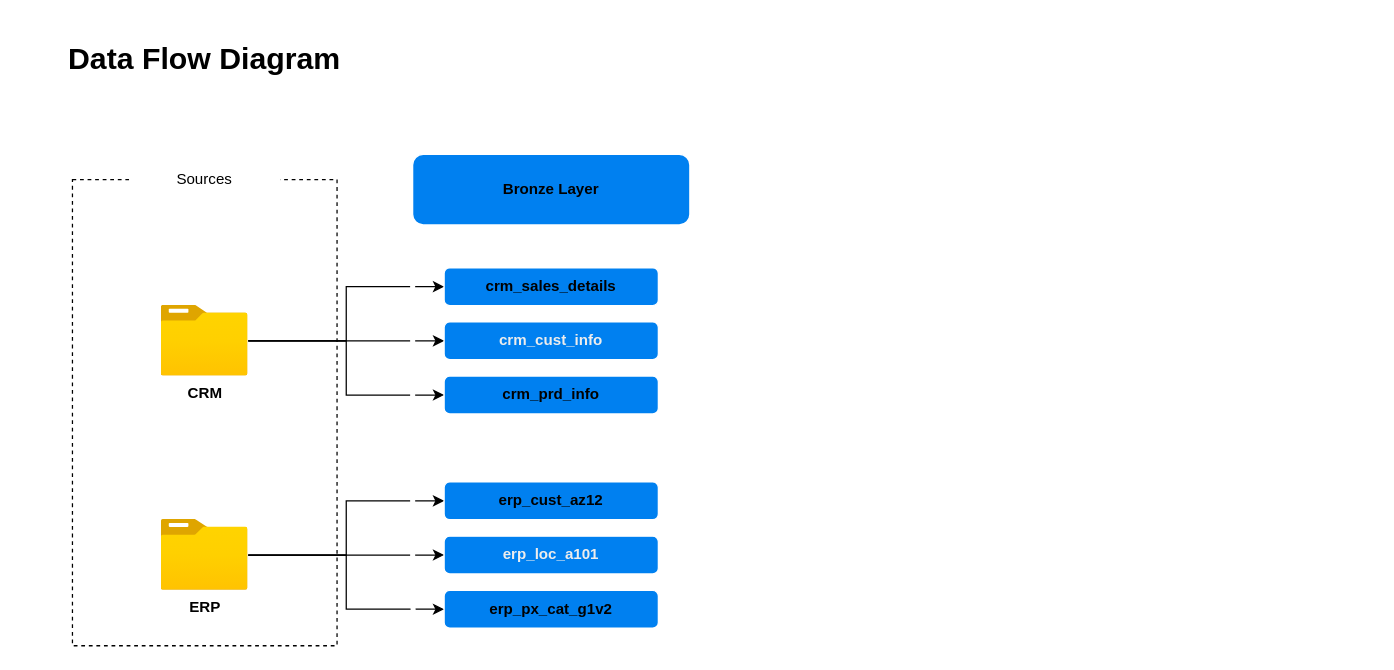
felipeft/sql-data-warehouse-project keeps this draw.io diagram as docs/dataFlowDiagram.drawio. Above is the earlier version. Source tidied: cells renumbered, new cells numbered last; positions are measured from the earlier drawing's top-left corner, leaving out a move shared by most shapes. Both pictures are drawn from the tidied source at 126%, with x=0, y=0 at pixel (21, 40).
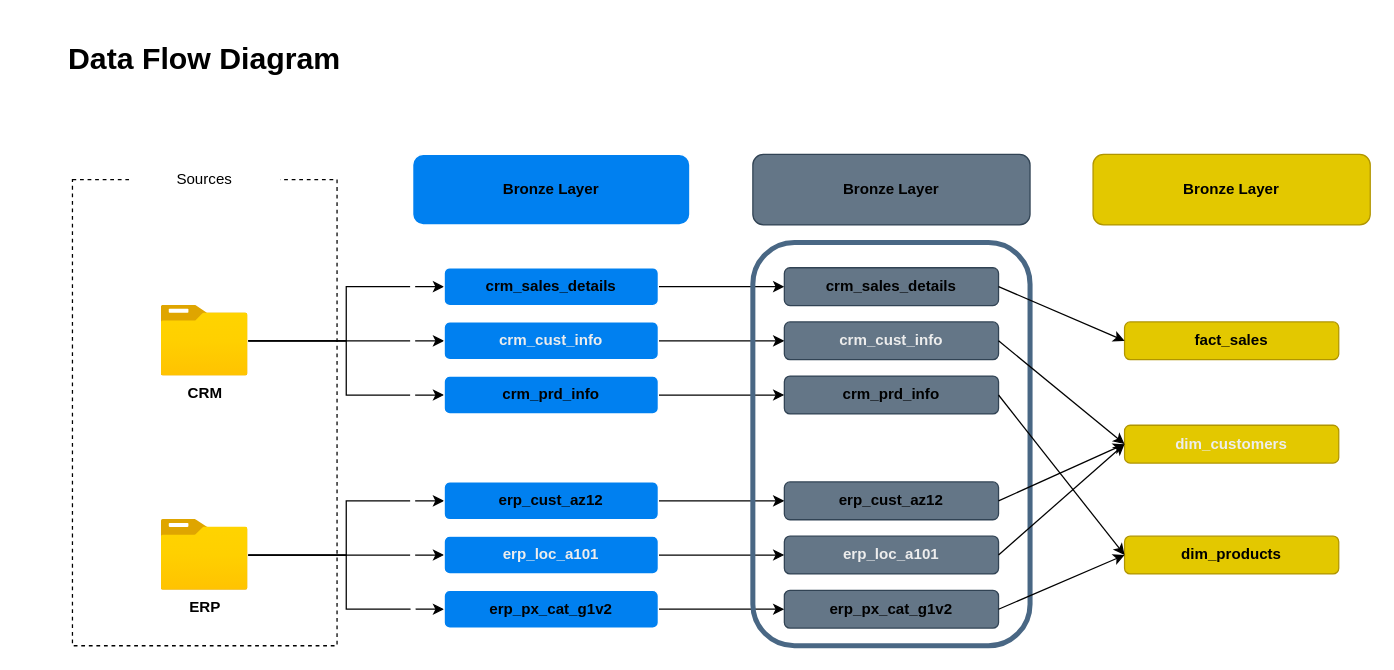
The same diagram, later.

Commit message (it also covers changes not shown here):
finish project, gold layer and docs

Unchanged cells that the change refers to:
```xml
<mxCell id="15" value="&lt;font color=&quot;#000000&quot;&gt;&lt;b&gt;crm_sales_details&lt;/b&gt;&lt;/font&gt;" style="rounded=1;whiteSpace=wrap;html=1;roundedPerimeter=1;strokeColor=light-dark(#FFFFFF,#994C00);fillColor=light-dark(#0080F0,#CC6600);" parent="1" vertex="1">
  <mxGeometry x="335" y="180" width="170" height="30" as="geometry" />
</mxCell>
<mxCell id="16" value="&lt;font&gt;&lt;b style=&quot;color: light-dark(rgb(237, 237, 237), rgb(255, 255, 255));&quot;&gt;crm_cust_info&lt;/b&gt;&lt;/font&gt;" style="rounded=1;whiteSpace=wrap;html=1;roundedPerimeter=1;strokeColor=light-dark(#FFFFFF,#994C00);fillColor=light-dark(#0080F0,#CC6600);" parent="1" vertex="1">
  <mxGeometry x="335" y="223" width="170" height="30" as="geometry" />
</mxCell>
<mxCell id="17" value="&lt;font color=&quot;#000000&quot;&gt;&lt;b&gt;crm_prd_info&lt;/b&gt;&lt;/font&gt;" style="rounded=1;whiteSpace=wrap;html=1;roundedPerimeter=1;strokeColor=light-dark(#FFFFFF,#994C00);fillColor=light-dark(#0080F0,#CC6600);" parent="1" vertex="1">
  <mxGeometry x="335" y="266" width="170" height="30" as="geometry" />
</mxCell>
<mxCell id="18" value="&lt;font color=&quot;#000000&quot;&gt;&lt;b&gt;erp_cust_az12&lt;/b&gt;&lt;/font&gt;" style="rounded=1;whiteSpace=wrap;html=1;roundedPerimeter=1;strokeColor=light-dark(#FFFFFF,#994C00);fillColor=light-dark(#0080F0,#CC6600);" parent="1" vertex="1">
  <mxGeometry x="335" y="350" width="170" height="30" as="geometry" />
</mxCell>
<mxCell id="19" value="&lt;font&gt;&lt;b style=&quot;color: light-dark(rgb(237, 237, 237), rgb(255, 255, 255));&quot;&gt;erp_loc_a101&lt;/b&gt;&lt;/font&gt;" style="rounded=1;whiteSpace=wrap;html=1;roundedPerimeter=1;strokeColor=light-dark(#FFFFFF,#994C00);fillColor=light-dark(#0080F0,#CC6600);" parent="1" vertex="1">
  <mxGeometry x="335" y="393" width="170" height="30" as="geometry" />
</mxCell>
<mxCell id="20" value="&lt;font color=&quot;#000000&quot;&gt;&lt;b&gt;erp_px_cat_g1v2&lt;/b&gt;&lt;/font&gt;" style="rounded=1;whiteSpace=wrap;html=1;roundedPerimeter=1;strokeColor=light-dark(#FFFFFF,#994C00);fillColor=light-dark(#0080F0,#CC6600);" parent="1" vertex="1">
  <mxGeometry x="335" y="436" width="170" height="30" as="geometry" />
</mxCell>
```

Diff of the diagram source:
```diff
@@
+    <mxCell id="21" style="edgeStyle=orthogonalEdgeStyle;rounded=0;jettySize=auto;html=1;" parent="1" edge="1" source="15" target="29">
+      <mxGeometry relative="1" as="geometry" />
+    </mxCell>
@@
+    <mxCell id="22" style="edgeStyle=orthogonalEdgeStyle;rounded=0;jettySize=auto;html=1;" parent="1" edge="1" source="16" target="30">
+      <mxGeometry relative="1" as="geometry" />
+    </mxCell>
@@
+    <mxCell id="23" style="edgeStyle=orthogonalEdgeStyle;rounded=0;jettySize=auto;html=1;" parent="1" edge="1" source="17" target="31">
+      <mxGeometry relative="1" as="geometry" />
+    </mxCell>
@@
+    <mxCell id="24" style="edgeStyle=orthogonalEdgeStyle;rounded=0;jettySize=auto;html=1;" parent="1" edge="1" source="18" target="32">
+      <mxGeometry relative="1" as="geometry" />
+    </mxCell>
@@
+    <mxCell id="25" style="edgeStyle=orthogonalEdgeStyle;rounded=0;jettySize=auto;html=1;entryX=0;entryY=0.5;entryDx=0;entryDy=0;" parent="1" edge="1" source="19" target="33">
+      <mxGeometry relative="1" as="geometry" />
+    </mxCell>
@@
+    <mxCell id="26" style="edgeStyle=orthogonalEdgeStyle;rounded=0;jettySize=auto;html=1;entryX=0;entryY=0.5;entryDx=0;entryDy=0;" parent="1" edge="1" source="20" target="34">
+      <mxGeometry relative="1" as="geometry" />
+    </mxCell>
@@
+    <mxCell id="27" style="rounded=1;whiteSpace=wrap;html=1;roundedPerimeter=1;strokeColor=#496784;fillColor=none;strokeWidth=4;" parent="1" vertex="1">
+      <mxGeometry x="580" y="160" width="220" height="320" as="geometry" />
+    </mxCell>
+    <mxCell id="28" value="&lt;b style=&quot;color: light-dark(rgb(0, 0, 0), rgb(0, 0, 0));&quot;&gt;Bronze Layer&lt;/b&gt;" style="rounded=1;whiteSpace=wrap;html=1;roundedPerimeter=1;strokeColor=#314354;fillColor=#647687;fontColor=#ffffff;" parent="1" vertex="1">
+      <mxGeometry x="580" y="90" width="220" height="56" as="geometry" />
+    </mxCell>
+    <mxCell id="29" value="&lt;font color=&quot;#000000&quot;&gt;&lt;b&gt;crm_sales_details&lt;/b&gt;&lt;/font&gt;" style="rounded=1;whiteSpace=wrap;html=1;roundedPerimeter=1;strokeColor=#314354;fillColor=#647687;fontColor=#ffffff;" parent="1" vertex="1">
+      <mxGeometry x="605" y="180" width="170" height="30" as="geometry" />
+    </mxCell>
+    <mxCell id="30" value="&lt;font&gt;&lt;b style=&quot;color: light-dark(rgb(237, 237, 237), rgb(255, 255, 255));&quot;&gt;crm_cust_info&lt;/b&gt;&lt;/font&gt;" style="rounded=1;whiteSpace=wrap;html=1;roundedPerimeter=1;strokeColor=#314354;fillColor=#647687;fontColor=#ffffff;" parent="1" vertex="1">
+      <mxGeometry x="605" y="223" width="170" height="30" as="geometry" />
+    </mxCell>
+    <mxCell id="31" value="&lt;font color=&quot;#000000&quot;&gt;&lt;b&gt;crm_prd_info&lt;/b&gt;&lt;/font&gt;" style="rounded=1;whiteSpace=wrap;html=1;roundedPerimeter=1;strokeColor=#314354;fillColor=#647687;fontColor=#ffffff;" parent="1" vertex="1">
+      <mxGeometry x="605" y="266" width="170" height="30" as="geometry" />
+    </mxCell>
+    <mxCell id="32" value="&lt;font color=&quot;#000000&quot;&gt;&lt;b&gt;erp_cust_az12&lt;/b&gt;&lt;/font&gt;" style="rounded=1;whiteSpace=wrap;html=1;roundedPerimeter=1;strokeColor=#314354;fillColor=#647687;fontColor=#ffffff;" parent="1" vertex="1">
+      <mxGeometry x="605" y="350" width="170" height="30" as="geometry" />
+    </mxCell>
+    <mxCell id="33" value="&lt;font&gt;&lt;b style=&quot;color: light-dark(rgb(237, 237, 237), rgb(255, 255, 255));&quot;&gt;erp_loc_a101&lt;/b&gt;&lt;/font&gt;" style="rounded=1;whiteSpace=wrap;html=1;roundedPerimeter=1;strokeColor=#314354;fillColor=#647687;fontColor=#ffffff;" parent="1" vertex="1">
+      <mxGeometry x="605" y="393" width="170" height="30" as="geometry" />
+    </mxCell>
+    <mxCell id="34" value="&lt;font color=&quot;#000000&quot;&gt;&lt;b&gt;erp_px_cat_g1v2&lt;/b&gt;&lt;/font&gt;" style="rounded=1;whiteSpace=wrap;html=1;roundedPerimeter=1;strokeColor=#314354;fillColor=#647687;fontColor=#ffffff;" parent="1" vertex="1">
+      <mxGeometry x="605" y="436" width="170" height="30" as="geometry" />
+    </mxCell>
+    <mxCell id="35" style="rounded=1;whiteSpace=wrap;html=1;roundedPerimeter=1;strokeColor=light-dark(#FFFFFF,#675000);fillColor=none;strokeWidth=4;" parent="1" vertex="1">
+      <mxGeometry x="850" y="160" width="220" height="320" as="geometry" />
+    </mxCell>
+    <mxCell id="36" value="&lt;b style=&quot;color: light-dark(rgb(0, 0, 0), rgb(0, 0, 0));&quot;&gt;Bronze Layer&lt;/b&gt;" style="rounded=1;whiteSpace=wrap;html=1;roundedPerimeter=1;strokeColor=#B09500;fillColor=#e3c800;fontColor=#000000;" parent="1" vertex="1">
+      <mxGeometry x="850" y="90" width="220" height="56" as="geometry" />
+    </mxCell>
+    <mxCell id="37" value="&lt;font color=&quot;#000000&quot;&gt;&lt;b&gt;fact_sales&lt;/b&gt;&lt;/font&gt;" style="rounded=1;whiteSpace=wrap;html=1;roundedPerimeter=1;strokeColor=#B09500;fillColor=#e3c800;fontColor=#000000;" parent="1" vertex="1">
+      <mxGeometry x="875" y="223" width="170" height="30" as="geometry" />
+    </mxCell>
+    <mxCell id="38" value="&lt;font&gt;&lt;b style=&quot;color: light-dark(rgb(237, 237, 237), rgb(255, 255, 255));&quot;&gt;dim_customers&lt;/b&gt;&lt;/font&gt;" style="rounded=1;whiteSpace=wrap;html=1;roundedPerimeter=1;strokeColor=#B09500;fillColor=#e3c800;fontColor=#000000;" parent="1" vertex="1">
+      <mxGeometry x="875" y="305" width="170" height="30" as="geometry" />
+    </mxCell>
+    <mxCell id="39" value="&lt;font color=&quot;#000000&quot;&gt;&lt;b&gt;dim_products&lt;/b&gt;&lt;/font&gt;" style="rounded=1;whiteSpace=wrap;html=1;roundedPerimeter=1;strokeColor=#B09500;fillColor=#e3c800;fontColor=#000000;" parent="1" vertex="1">
+      <mxGeometry x="875" y="393" width="170" height="30" as="geometry" />
+    </mxCell>
+    <mxCell id="40" style="endArrow=classic;html=1;rounded=0;exitX=1;exitY=0.5;exitDx=0;exitDy=0;entryX=0;entryY=0.5;entryDx=0;entryDy=0;" parent="1" edge="1" source="29" target="37">
+      <mxGeometry relative="1" as="geometry" />
+    </mxCell>
+    <mxCell id="41" style="endArrow=classic;html=1;rounded=0;exitX=1;exitY=0.5;exitDx=0;exitDy=0;entryX=0;entryY=0.5;entryDx=0;entryDy=0;" parent="1" edge="1" source="30" target="38">
+      <mxGeometry relative="1" as="geometry" />
+    </mxCell>
+    <mxCell id="42" style="endArrow=classic;html=1;rounded=0;exitX=1;exitY=0.5;exitDx=0;exitDy=0;entryX=0;entryY=0.5;entryDx=0;entryDy=0;" parent="1" edge="1" source="32" target="38">
+      <mxGeometry relative="1" as="geometry" />
+    </mxCell>
+    <mxCell id="43" style="endArrow=classic;html=1;rounded=0;exitX=1;exitY=0.5;exitDx=0;exitDy=0;entryX=0;entryY=0.5;entryDx=0;entryDy=0;" parent="1" edge="1" source="33" target="38">
+      <mxGeometry relative="1" as="geometry" />
+    </mxCell>
+    <mxCell id="44" style="endArrow=classic;html=1;rounded=0;exitX=1;exitY=0.5;exitDx=0;exitDy=0;entryX=0;entryY=0.5;entryDx=0;entryDy=0;" parent="1" edge="1" source="31" target="39">
+      <mxGeometry relative="1" as="geometry" />
+    </mxCell>
+    <mxCell id="45" style="endArrow=classic;html=1;rounded=0;exitX=1;exitY=0.5;exitDx=0;exitDy=0;entryX=0;entryY=0.5;entryDx=0;entryDy=0;" parent="1" edge="1" source="34" target="39">
+      <mxGeometry relative="1" as="geometry" />
+    </mxCell>
```
